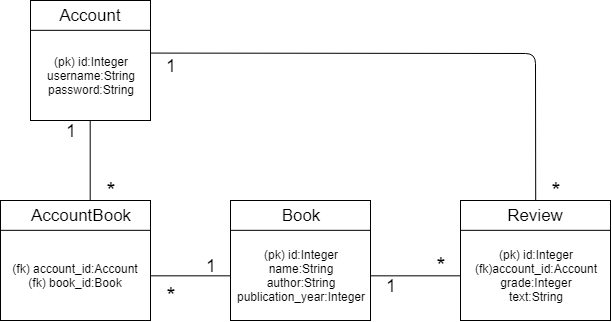
This is documentation/database_chart.png from guotin/tietokantasovellus, a draw.io export, as it was before one commit. Source tidied: cells renumbered, new cells last; positions are measured from the earlier drawing's top-left corner, leaving out a move shared by most shapes.
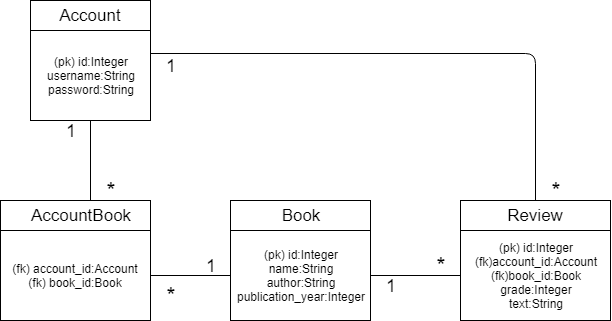
The same file after the commit.

Commit message:
Fix database chart

The edit, as a diff of the source:
```diff
@@ -47,7 +47,7 @@
     <mxCell id="16" style="endArrow=none;html=1;entryX=1;entryY=0.25;entryDx=0;entryDy=0;exitX=0;exitY=0.25;exitDx=0;exitDy=0;" parent="1" edge="1" source="14" target="14">
       <mxGeometry relative="1" as="geometry" />
     </mxCell>
-    <mxCell id="17" value="(pk) id:Integer&lt;br&gt;(fk)account_id:Account&lt;br&gt;grade:Integer&lt;br&gt;text:String&lt;br&gt;" style="text;html=1;strokeColor=none;fillColor=none;align=center;verticalAlign=middle;whiteSpace=wrap;rounded=0;" parent="1" vertex="1">
+    <mxCell id="17" value="(pk) id:Integer&lt;br&gt;(fk)account_id:Account&lt;br&gt;(fk)book_id:Book&lt;br&gt;grade:Integer&lt;br&gt;text:String&lt;br&gt;" style="text;html=1;strokeColor=none;fillColor=none;align=center;verticalAlign=middle;whiteSpace=wrap;rounded=0;" parent="1" vertex="1">
       <mxGeometry x="460" y="230" width="150" height="90" as="geometry" />
     </mxCell>
     <mxCell id="18" style="endArrow=none;html=1;entryX=0.5;entryY=1;entryDx=0;entryDy=0;exitX=0.568;exitY=0.013;exitDx=0;exitDy=0;exitPerimeter=0;" parent="1" edge="1" source="11" target="5">
```
